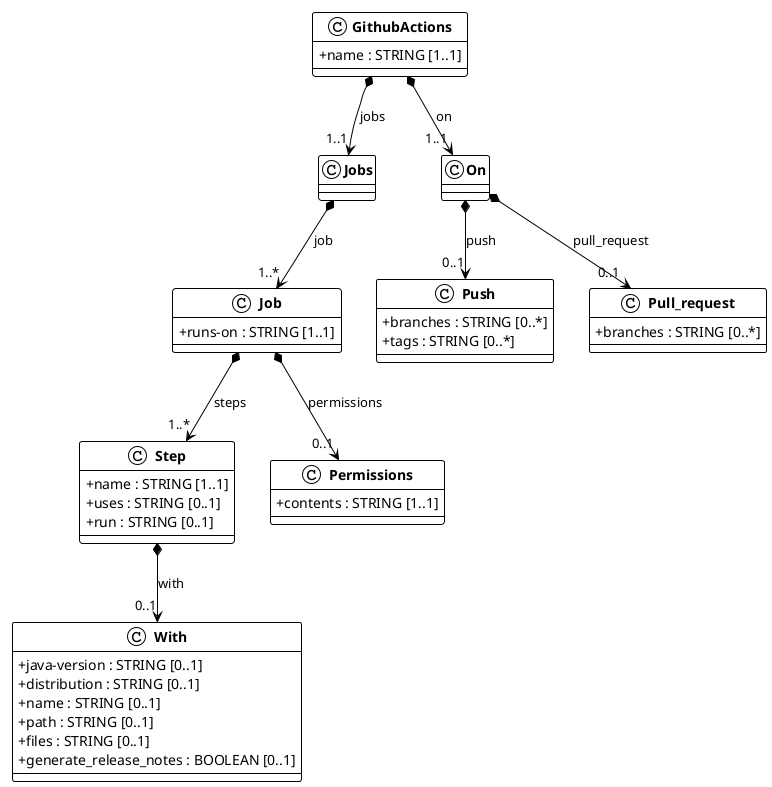
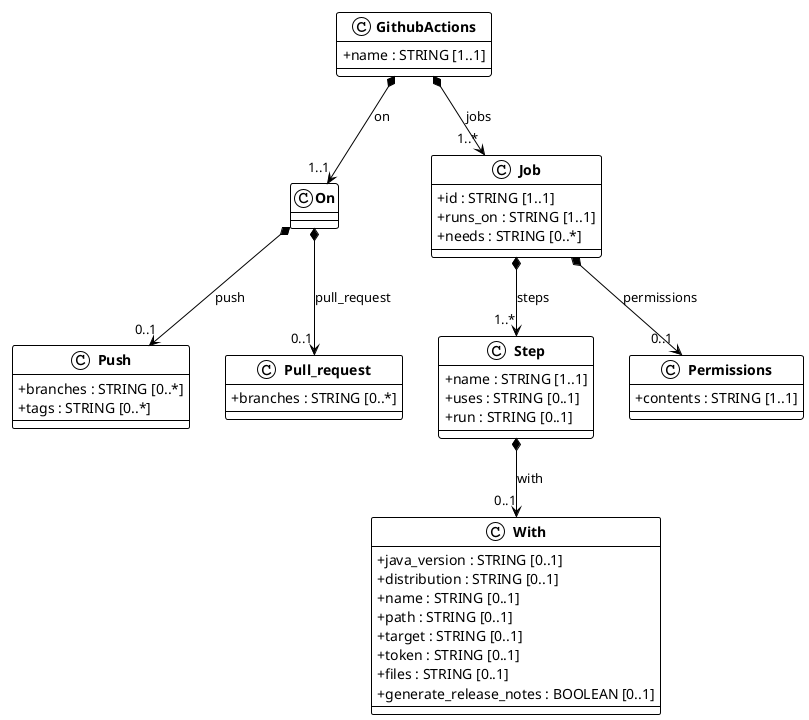
@startuml github_actions
!theme plain
skinparam classAttributeIconSize 0
skinparam classFontStyle bold

class GithubActions{
  + name : STRING [1..1]
- }
- 
- class Jobs{
- }
- 
- class Job{
-   + runs-on : STRING [1..1]
- }
- 
- class Step{
-   + name : STRING [1..1]
-   + uses : STRING [0..1]
-   + run : STRING [0..1]
- }
- 
- class With{
-   + java-version : STRING [0..1]
-   + distribution : STRING [0..1]
-   + name : STRING [0..1]
-   + path : STRING [0..1]
-   + files : STRING [0..1]
-   + generate_release_notes : BOOLEAN [0..1]
}

class On{
}

class Push{
  + branches : STRING [0..*]
  + tags : STRING [0..*]
}

class Pull_request{
  + branches : STRING [0..*]
}

+ class Job{
+   + id : STRING [1..1]
+   + runs_on : STRING [1..1]
+   + needs : STRING [0..*]
+ }
+ 
+ class Step{
+   + name : STRING [1..1]
+   + uses : STRING [0..1]
+   + run : STRING [0..1]
+ }
+ 
+ class With{
+   + java_version : STRING [0..1]
+   + distribution : STRING [0..1]
+   + name : STRING [0..1]
+   + path : STRING [0..1]
+   + target : STRING [0..1]
+   + token : STRING [0..1]
+   + files : STRING [0..1]
+   + generate_release_notes : BOOLEAN [0..1]
+ }
+ 
class Permissions{
  + contents : STRING [1..1]
}

- GithubActions *--> "1..1" Jobs : jobs
GithubActions *--> "1..1" On : on
- Jobs *--> "1..*" Job : job
+ GithubActions *--> "1..*" Job : jobs
+ On *--> "0..1" Push : push
+ On *--> "0..1" Pull_request : pull_request
Job *--> "1..*" Step : steps
Job *--> "0..1" Permissions : permissions
Step *--> "0..1" With : with
- On *--> "0..1" Push : push
- On *--> "0..1" Pull_request : pull_request

@enduml
